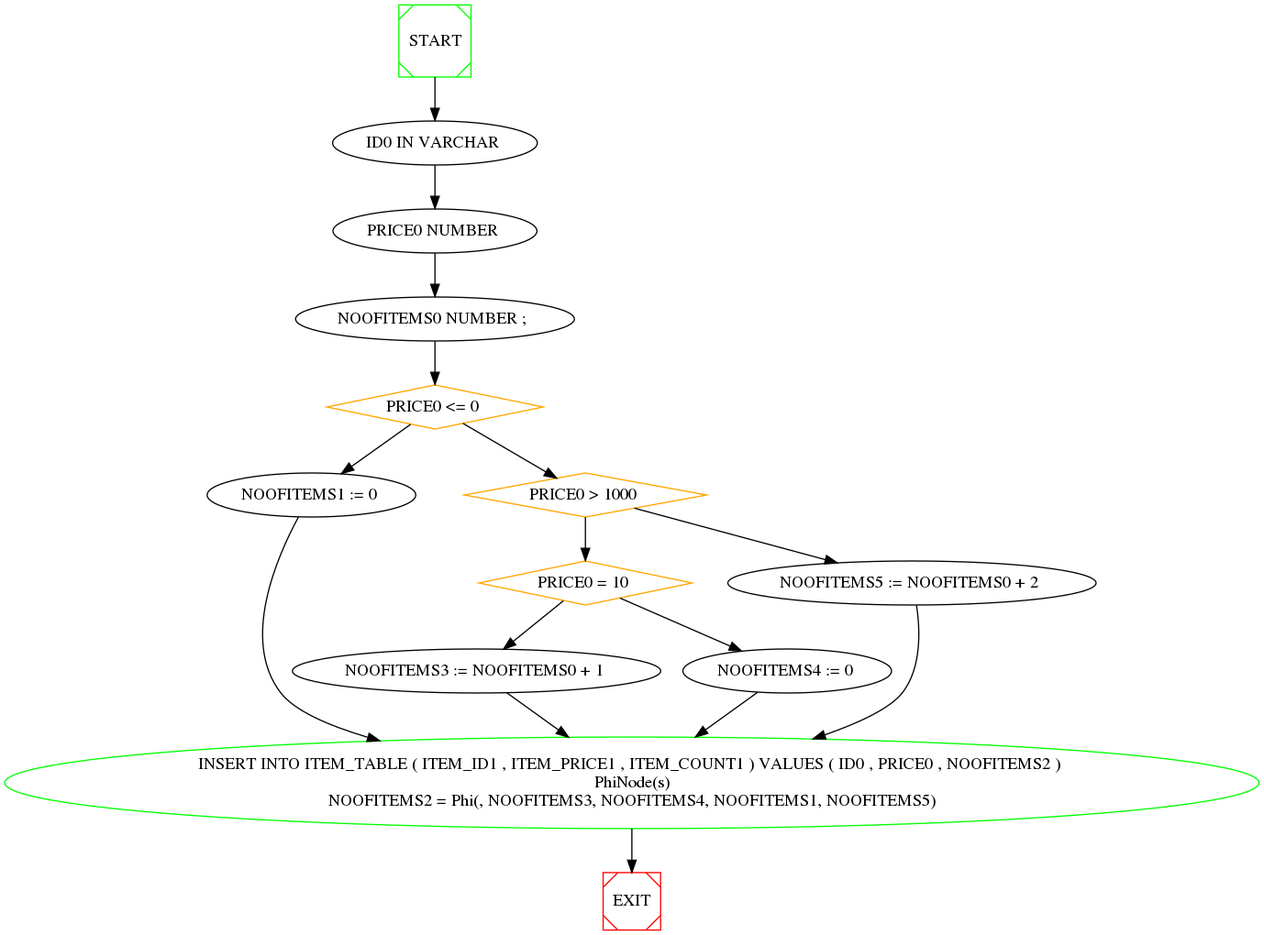
This is se/versioned_phi_node_wala_graph.png from NabeelQaiser/BTP_2k18-19, a Graphviz export, as it was before one commit. Its source is kept beside it as se/versioned_phi_node_wala_graph.dot. The source it was exported from:
```dot
digraph G {


	0[ label=""  ] ;

	0 -> 1 ;

	1[ label="ID0 IN VARCHAR "  ] ;

	1 -> 2 ;

	2[ label="PRICE0 NUMBER "  ] ;

	2 -> 3 ;

	3[ label="NOOFITEMS0 NUMBER ; "  ] ;

	3 -> 4 ;

	4[ label="PRICE0 <= 0 " , color=orange, shape=diamond ] ;

	4 -> 5 ;
	4 -> 6 ;

	5[ label="NOOFITEMS1 := 0 "  ] ;

	5 -> 11 ;

	6[ label="PRICE0 > 1000 " , color=orange, shape=diamond ] ;

	6 -> 8 ;
	6 -> 7 ;

	7[ label="NOOFITEMS5 := NOOFITEMS0 + 2 "  ] ;

	7 -> 11 ;

	8[ label="PRICE0 = 10 " , color=orange, shape=diamond ] ;

	8 -> 9 ;
	8 -> 10 ;

	9[ label="NOOFITEMS3 := NOOFITEMS0 + 1 "  ] ;

	9 -> 11 ;

	10[ label="NOOFITEMS4 := 0 "  ] ;

	10 -> 11 ;

	11[ label="INSERT INTO ITEM_TABLE ( ITEM_ID1 , ITEM_PRICE1 , ITEM_COUNT1 ) VALUES ( ID0 , PRICE0 , NOOFITEMS2 ) \nPhiNode(s)\nNOOFITEMS2 = Phi(, NOOFITEMS3, NOOFITEMS4, NOOFITEMS1, NOOFITEMS5)" , color=green ] ;


	0[ label="START", shape=Msquare, color=green ] ;
	11 -> EXIT ;EXIT[ shape=Msquare, color=red ] ;

}
```
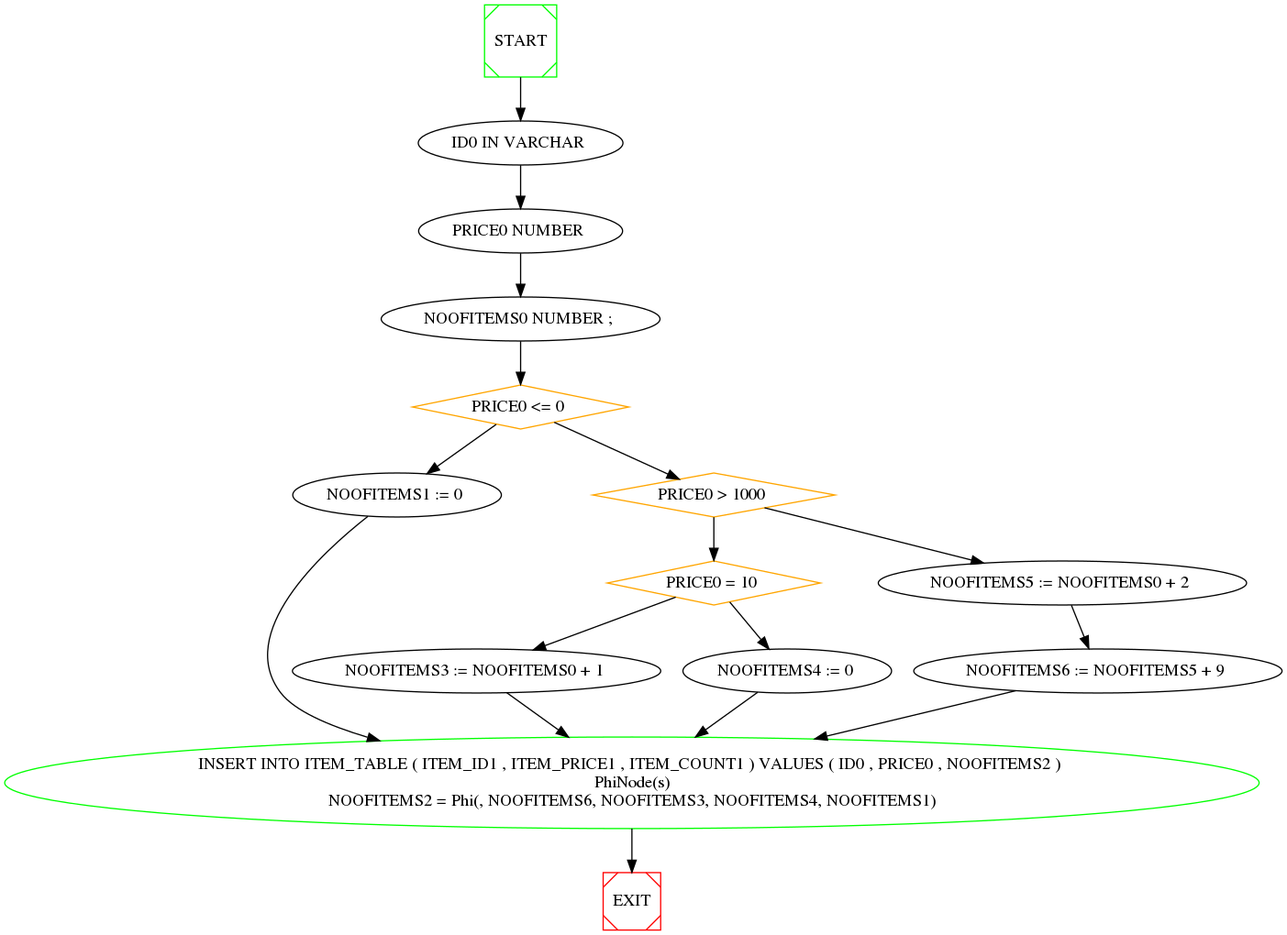
The same diagram one commit later.

Change to the diagram source:
```diff
@@ -24,34 +24,38 @@
 
 	5[ label="NOOFITEMS1 := 0 "  ] ;
 
-	5 -> 11 ;
+	5 -> 12 ;
 
 	6[ label="PRICE0 > 1000 " , color=orange, shape=diamond ] ;
 
-	6 -> 8 ;
+	6 -> 9 ;
 	6 -> 7 ;
 
 	7[ label="NOOFITEMS5 := NOOFITEMS0 + 2 "  ] ;
 
-	7 -> 11 ;
+	7 -> 8 ;
 
-	8[ label="PRICE0 = 10 " , color=orange, shape=diamond ] ;
+	8[ label="NOOFITEMS6 := NOOFITEMS5 + 9 "  ] ;
 
-	8 -> 9 ;
-	8 -> 10 ;
+	8 -> 12 ;
 
-	9[ label="NOOFITEMS3 := NOOFITEMS0 + 1 "  ] ;
+	9[ label="PRICE0 = 10 " , color=orange, shape=diamond ] ;
 
+	9 -> 10 ;
 	9 -> 11 ;
 
-	10[ label="NOOFITEMS4 := 0 "  ] ;
+	10[ label="NOOFITEMS3 := NOOFITEMS0 + 1 "  ] ;
 
-	10 -> 11 ;
+	10 -> 12 ;
 
-	11[ label="INSERT INTO ITEM_TABLE ( ITEM_ID1 , ITEM_PRICE1 , ITEM_COUNT1 ) VALUES ( ID0 , PRICE0 , NOOFITEMS2 ) \nPhiNode(s)\nNOOFITEMS2 = Phi(, NOOFITEMS3, NOOFITEMS4, NOOFITEMS1, NOOFITEMS5)" , color=green ] ;
+	11[ label="NOOFITEMS4 := 0 "  ] ;
+
+	11 -> 12 ;
+
+	12[ label="INSERT INTO ITEM_TABLE ( ITEM_ID1 , ITEM_PRICE1 , ITEM_COUNT1 ) VALUES ( ID0 , PRICE0 , NOOFITEMS2 ) \nPhiNode(s)\nNOOFITEMS2 = Phi(, NOOFITEMS6, NOOFITEMS3, NOOFITEMS4, NOOFITEMS1)" , color=green ] ;
 
 
 	0[ label="START", shape=Msquare, color=green ] ;
-	11 -> EXIT ;EXIT[ shape=Msquare, color=red ] ;
+	12 -> EXIT ;EXIT[ shape=Msquare, color=red ] ;
 
 }
```
